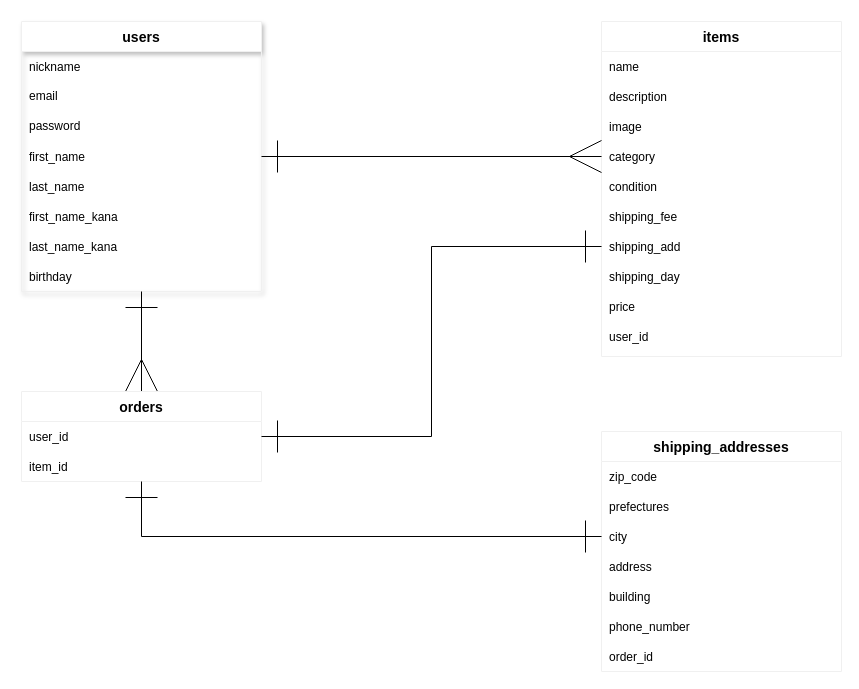
KentaroKageyama/furima-35204 keeps this draw.io diagram as ER.dio. Above is the earlier version. Source tidied: cells renumbered, new cells numbered last; positions are measured from the earlier drawing's top-left corner, leaving out a move shared by most shapes. Both pictures are drawn from the tidied source at 100%, with x=0, y=0 at pixel (21, 21).
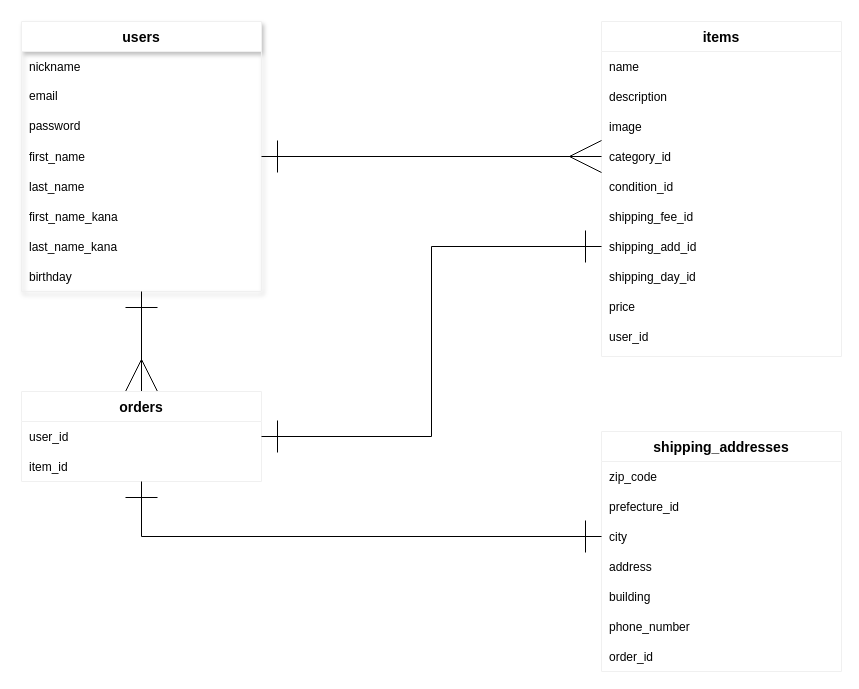
The same page after the edit.

Commit message (it also covers changes not shown here):
ER図 外部キー _id 修正

The change refers to these unchanged cells:
```xml
<mxCell id="26" style="shape=partialRectangle;fillColor=none;top=0;left=0;bottom=0;right=0;points=[[0,0.5],[1,0.5]];portConstraint=eastwest;" parent="19" vertex="1">
  <mxGeometry y="120" width="240" height="30" as="geometry" />
</mxCell>
<mxCell id="28" style="shape=partialRectangle;fillColor=none;top=0;left=0;bottom=0;right=0;" parent="19" vertex="1">
  <mxGeometry y="150" width="240" height="30" as="geometry" />
</mxCell>
<mxCell id="30" style="shape=partialRectangle;fillColor=none;top=0;left=0;bottom=0;right=0;" parent="19" vertex="1">
  <mxGeometry y="180" width="240" height="30" as="geometry" />
</mxCell>
<mxCell id="32" style="shape=partialRectangle;fillColor=none;top=0;left=0;bottom=0;right=0;points=[[0,0.5],[1,0.5]];portConstraint=eastwest;" parent="19" vertex="1">
  <mxGeometry y="210" width="240" height="30" as="geometry" />
</mxCell>
<mxCell id="34" style="shape=partialRectangle;fillColor=none;top=0;left=0;bottom=0;right=0;" parent="19" vertex="1">
  <mxGeometry y="240" width="240" height="30" as="geometry" />
</mxCell>
<mxCell id="49" style="shape=partialRectangle;fillColor=none;top=0;left=0;bottom=0;right=0;" parent="46" vertex="1">
  <mxGeometry y="60" width="240" height="30" as="geometry" />
</mxCell>
```

The edit, as a diff of the source:
```diff
@@
-    <mxCell id="27" value="category" style="shape=partialRectangle;fillColor=none;top=0;left=0;bottom=0;right=0;align=left;spacingLeft=6;overflow=hidden;" parent="26" vertex="1">
+    <mxCell id="27" value="category_id" style="shape=partialRectangle;fillColor=none;top=0;left=0;bottom=0;right=0;align=left;spacingLeft=6;overflow=hidden;" parent="26" vertex="1">
       <mxGeometry width="240" height="30" as="geometry" />
     </mxCell>
@@
-    <mxCell id="29" value="condition" style="shape=partialRectangle;fillColor=none;top=0;left=0;bottom=0;right=0;align=left;spacingLeft=6;overflow=hidden;" parent="28" vertex="1">
+    <mxCell id="29" value="condition_id" style="shape=partialRectangle;fillColor=none;top=0;left=0;bottom=0;right=0;align=left;spacingLeft=6;overflow=hidden;" parent="28" vertex="1">
       <mxGeometry width="240" height="30" as="geometry" />
     </mxCell>
@@
-    <mxCell id="31" value="shipping_fee" style="shape=partialRectangle;fillColor=none;top=0;left=0;bottom=0;right=0;align=left;spacingLeft=6;overflow=hidden;" parent="30" vertex="1">
+    <mxCell id="31" value="shipping_fee_id" style="shape=partialRectangle;fillColor=none;top=0;left=0;bottom=0;right=0;align=left;spacingLeft=6;overflow=hidden;" parent="30" vertex="1">
       <mxGeometry width="240" height="30" as="geometry" />
     </mxCell>
@@
-    <mxCell id="33" value="shipping_add" style="shape=partialRectangle;fillColor=none;top=0;left=0;bottom=0;right=0;align=left;spacingLeft=6;overflow=hidden;" parent="32" vertex="1">
+    <mxCell id="33" value="shipping_add_id" style="shape=partialRectangle;fillColor=none;top=0;left=0;bottom=0;right=0;align=left;spacingLeft=6;overflow=hidden;" parent="32" vertex="1">
       <mxGeometry width="240" height="30" as="geometry" />
     </mxCell>
@@
-    <mxCell id="35" value="shipping_day" style="shape=partialRectangle;fillColor=none;top=0;left=0;bottom=0;right=0;align=left;spacingLeft=6;overflow=hidden;" parent="34" vertex="1">
+    <mxCell id="35" value="shipping_day_id" style="shape=partialRectangle;fillColor=none;top=0;left=0;bottom=0;right=0;align=left;spacingLeft=6;overflow=hidden;" parent="34" vertex="1">
       <mxGeometry width="240" height="30" as="geometry" />
     </mxCell>
@@
-    <mxCell id="50" value="prefectures" style="shape=partialRectangle;fillColor=none;top=0;left=0;bottom=0;right=0;align=left;spacingLeft=6;overflow=hidden;" parent="49" vertex="1">
+    <mxCell id="50" value="prefecture_id" style="shape=partialRectangle;fillColor=none;top=0;left=0;bottom=0;right=0;align=left;spacingLeft=6;overflow=hidden;" parent="49" vertex="1">
       <mxGeometry width="240" height="30" as="geometry" />
     </mxCell>
```
